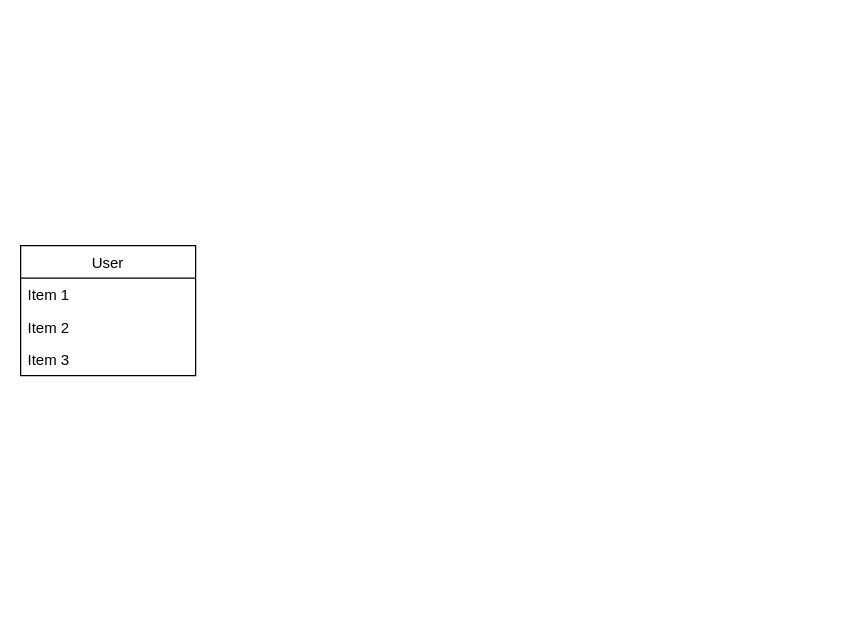
Above: drawio/applogic.drawio in MaLIE2018/be-yaown (draw.io), before the change. Source tidied: cells renumbered, new cells numbered last; positions are measured from the earlier drawing's top-left corner, leaving out a move shared by most shapes. Both pictures are drawn from the tidied source at 125%, with x=0, y=0 at pixel (20, 245).
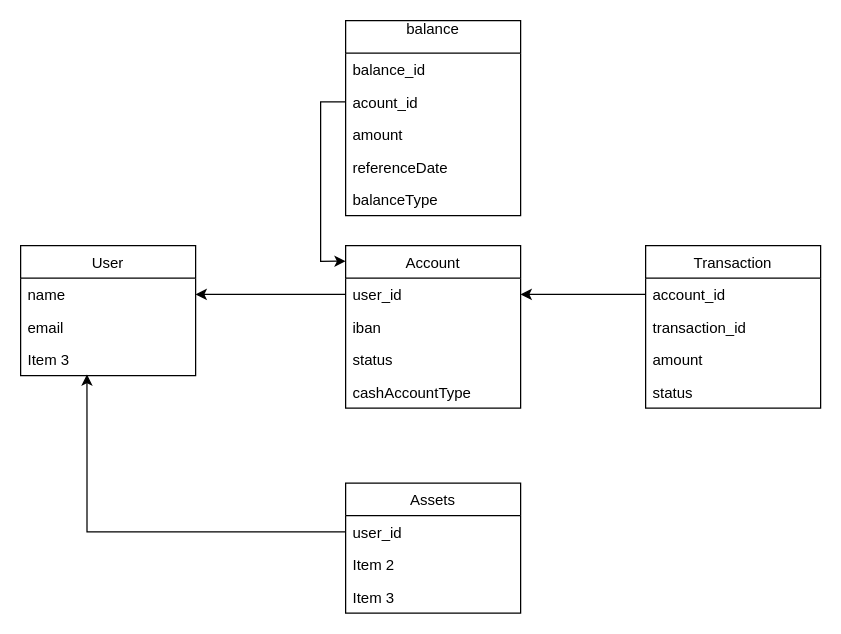
The same diagram, later.

Commit message (it also covers changes not shown here):
balance amount transaction amount

Unchanged cells that the change refers to:
```xml
<mxCell id="2" value="User" style="swimlane;fontStyle=0;horizontal=1;startSize=26;" parent="1" vertex="1">
  <mxGeometry width="140" height="104" as="geometry" />
</mxCell>
<mxCell id="5" value="Item 3" style="text;strokeColor=none;fillColor=none;align=left;verticalAlign=top;spacingLeft=4;spacingRight=4;overflow=hidden;points=[[0,0.5],[1,0.5]];portConstraint=eastwest;" parent="2" vertex="1">
  <mxGeometry y="78" width="140" height="26" as="geometry" />
</mxCell>
```

What changed in the source:
```diff
@@
-    <mxCell id="3" value="Item 1" style="text;strokeColor=none;fillColor=none;align=left;verticalAlign=top;spacingLeft=4;spacingRight=4;overflow=hidden;points=[[0,0.5],[1,0.5]];portConstraint=eastwest;" parent="2" vertex="1">
+    <mxCell id="3" value="name" style="text;strokeColor=none;fillColor=none;align=left;verticalAlign=top;spacingLeft=4;spacingRight=4;overflow=hidden;points=[[0,0.5],[1,0.5]];portConstraint=eastwest;" parent="2" vertex="1">
       <mxGeometry y="26" width="140" height="26" as="geometry" />
     </mxCell>
-    <mxCell id="4" value="Item 2" style="text;strokeColor=none;fillColor=none;align=left;verticalAlign=top;spacingLeft=4;spacingRight=4;overflow=hidden;" parent="2" vertex="1">
+    <mxCell id="4" value="email" style="text;strokeColor=none;fillColor=none;align=left;verticalAlign=top;spacingLeft=4;spacingRight=4;overflow=hidden;" parent="2" vertex="1">
       <mxGeometry y="52" width="140" height="26" as="geometry" />
     </mxCell>
@@
+    <mxCell id="6" value="Account" style="swimlane;fontStyle=0;horizontal=1;startSize=26;" parent="1" vertex="1">
+      <mxGeometry x="260" width="140" height="130" as="geometry" />
+    </mxCell>
+    <mxCell id="7" value="user_id&#10;" style="text;strokeColor=none;fillColor=none;align=left;verticalAlign=top;spacingLeft=4;spacingRight=4;overflow=hidden;points=[[0,0.5],[1,0.5]];portConstraint=eastwest;" parent="6" vertex="1">
+      <mxGeometry y="26" width="140" height="26" as="geometry" />
+    </mxCell>
+    <mxCell id="8" value="iban" style="text;strokeColor=none;fillColor=none;align=left;verticalAlign=top;spacingLeft=4;spacingRight=4;overflow=hidden;" parent="6" vertex="1">
+      <mxGeometry y="52" width="140" height="26" as="geometry" />
+    </mxCell>
+    <mxCell id="9" value="status" style="text;strokeColor=none;fillColor=none;align=left;verticalAlign=top;spacingLeft=4;spacingRight=4;overflow=hidden;" parent="6" vertex="1">
+      <mxGeometry y="78" width="140" height="26" as="geometry" />
+    </mxCell>
+    <mxCell id="10" value="cashAccountType" style="text;strokeColor=none;fillColor=none;align=left;verticalAlign=top;spacingLeft=4;spacingRight=4;overflow=hidden;" parent="6" vertex="1">
+      <mxGeometry y="104" width="140" height="26" as="geometry" />
+    </mxCell>
+    <mxCell id="11" value="Transaction" style="swimlane;fontStyle=0;horizontal=1;startSize=26;" parent="1" vertex="1">
+      <mxGeometry x="500" width="140" height="130" as="geometry" />
+    </mxCell>
+    <mxCell id="12" value="account_id&#10;" style="text;strokeColor=none;fillColor=none;align=left;verticalAlign=top;spacingLeft=4;spacingRight=4;overflow=hidden;points=[[0,0.5],[1,0.5]];portConstraint=eastwest;" parent="11" vertex="1">
+      <mxGeometry y="26" width="140" height="26" as="geometry" />
+    </mxCell>
+    <mxCell id="13" value="transaction_id&#10;" style="text;strokeColor=none;fillColor=none;align=left;verticalAlign=top;spacingLeft=4;spacingRight=4;overflow=hidden;" parent="11" vertex="1">
+      <mxGeometry y="52" width="140" height="26" as="geometry" />
+    </mxCell>
+    <mxCell id="14" value="amount&#10;" style="text;strokeColor=none;fillColor=none;align=left;verticalAlign=top;spacingLeft=4;spacingRight=4;overflow=hidden;" parent="11" vertex="1">
+      <mxGeometry y="78" width="140" height="26" as="geometry" />
+    </mxCell>
+    <mxCell id="15" value="status&#10;" style="text;strokeColor=none;fillColor=none;align=left;verticalAlign=top;spacingLeft=4;spacingRight=4;overflow=hidden;" parent="11" vertex="1">
+      <mxGeometry y="104" width="140" height="26" as="geometry" />
+    </mxCell>
+    <mxCell id="16" value="Assets" style="swimlane;fontStyle=0;horizontal=1;startSize=26;" parent="1" vertex="1">
+      <mxGeometry x="260" y="190" width="140" height="104" as="geometry" />
+    </mxCell>
+    <mxCell id="17" value="user_id" style="text;strokeColor=none;fillColor=none;align=left;verticalAlign=top;spacingLeft=4;spacingRight=4;overflow=hidden;points=[[0,0.5],[1,0.5]];portConstraint=eastwest;" parent="16" vertex="1">
+      <mxGeometry y="26" width="140" height="26" as="geometry" />
+    </mxCell>
+    <mxCell id="18" value="Item 2" style="text;strokeColor=none;fillColor=none;align=left;verticalAlign=top;spacingLeft=4;spacingRight=4;overflow=hidden;" parent="16" vertex="1">
+      <mxGeometry y="52" width="140" height="26" as="geometry" />
+    </mxCell>
+    <mxCell id="19" value="Item 3" style="text;strokeColor=none;fillColor=none;align=left;verticalAlign=top;spacingLeft=4;spacingRight=4;overflow=hidden;" parent="16" vertex="1">
+      <mxGeometry y="78" width="140" height="26" as="geometry" />
+    </mxCell>
+    <mxCell id="20" style="edgeStyle=orthogonalEdgeStyle;rounded=0;jettySize=auto;html=1;exitX=0;exitY=0.5;exitDx=0;exitDy=0;entryX=1;entryY=0.5;entryDx=0;entryDy=0;" parent="1" edge="1" source="12" target="7">
+      <mxGeometry relative="1" as="geometry" />
+    </mxCell>
+    <mxCell id="21" style="edgeStyle=orthogonalEdgeStyle;rounded=0;jettySize=auto;html=1;entryX=1;entryY=0.5;entryDx=0;entryDy=0;" parent="1" edge="1" source="7" target="3">
+      <mxGeometry relative="1" as="geometry" />
+    </mxCell>
+    <mxCell id="22" value="balance&#10;" style="swimlane;fontStyle=0;horizontal=1;startSize=26;" parent="1" vertex="1">
+      <mxGeometry x="260" y="-180" width="140" height="156" as="geometry" />
+    </mxCell>
+    <mxCell id="23" value="balance_id&#10;" style="text;strokeColor=none;fillColor=none;align=left;verticalAlign=top;spacingLeft=4;spacingRight=4;overflow=hidden;" parent="22" vertex="1">
+      <mxGeometry y="26" width="140" height="26" as="geometry" />
+    </mxCell>
+    <mxCell id="24" value="acount_id&#10;" style="text;strokeColor=none;fillColor=none;align=left;verticalAlign=top;spacingLeft=4;spacingRight=4;overflow=hidden;points=[[0,0.5],[1,0.5]];portConstraint=eastwest;" parent="22" vertex="1">
+      <mxGeometry y="52" width="140" height="26" as="geometry" />
+    </mxCell>
+    <mxCell id="25" value="amount&#10;" style="text;strokeColor=none;fillColor=none;align=left;verticalAlign=top;spacingLeft=4;spacingRight=4;overflow=hidden;" parent="22" vertex="1">
+      <mxGeometry y="78" width="140" height="26" as="geometry" />
+    </mxCell>
+    <mxCell id="26" value="referenceDate" style="text;strokeColor=none;fillColor=none;align=left;verticalAlign=top;spacingLeft=4;spacingRight=4;overflow=hidden;" parent="22" vertex="1">
+      <mxGeometry y="104" width="140" height="26" as="geometry" />
+    </mxCell>
+    <mxCell id="27" value="balanceType" style="text;strokeColor=none;fillColor=none;align=left;verticalAlign=top;spacingLeft=4;spacingRight=4;overflow=hidden;" parent="22" vertex="1">
+      <mxGeometry y="130" width="140" height="26" as="geometry" />
+    </mxCell>
+    <mxCell id="28" style="edgeStyle=orthogonalEdgeStyle;rounded=0;jettySize=auto;html=1;entryX=0;entryY=0.096;entryDx=0;entryDy=0;entryPerimeter=0;" parent="1" edge="1" source="24" target="6">
+      <mxGeometry relative="1" as="geometry" />
+    </mxCell>
+    <mxCell id="29" style="edgeStyle=orthogonalEdgeStyle;rounded=0;jettySize=auto;html=1;entryX=0.379;entryY=0.962;entryDx=0;entryDy=0;entryPerimeter=0;" parent="1" edge="1" source="17" target="5">
+      <mxGeometry relative="1" as="geometry" />
+    </mxCell>
```
